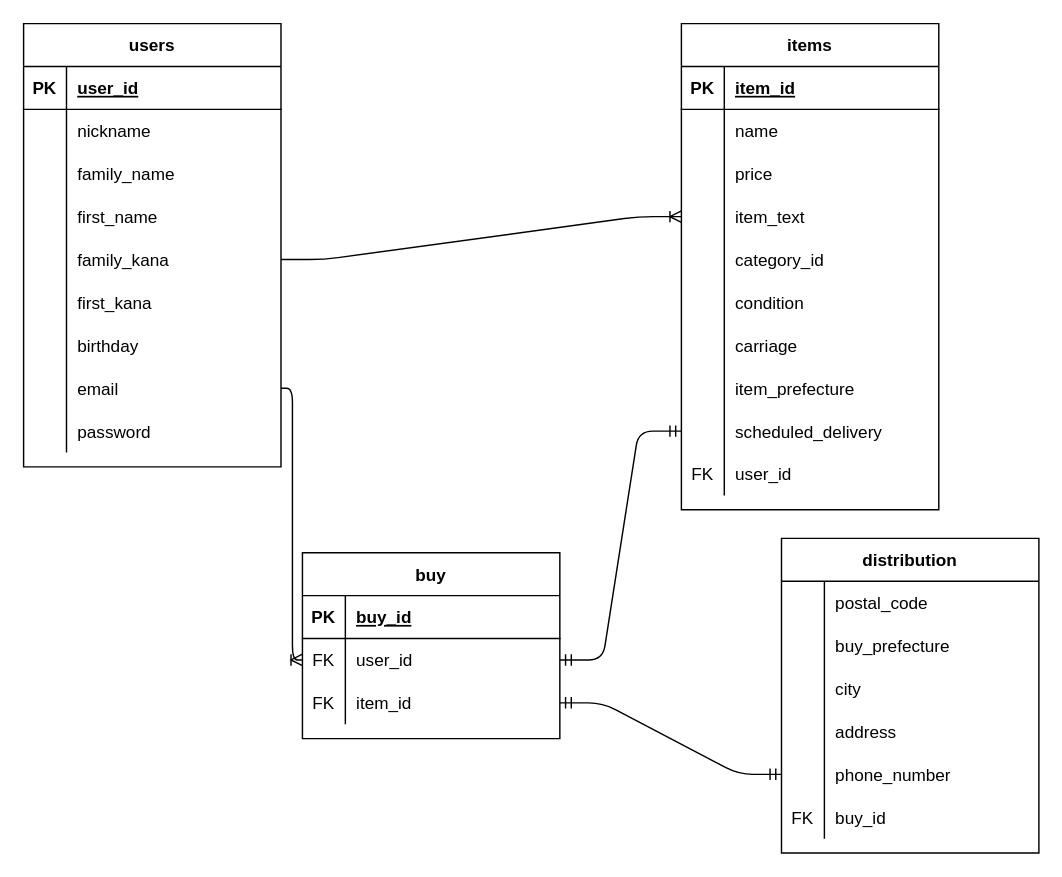
Above: ER.dio in oda2020-oiso/furima-33049 (draw.io), before the change. Source tidied: cells renumbered, new cells numbered last; positions are measured from the earlier drawing's top-left corner, leaving out a move shared by most shapes. Both pictures are drawn from the tidied source at 143%, with x=0, y=0 at pixel (23, 23).
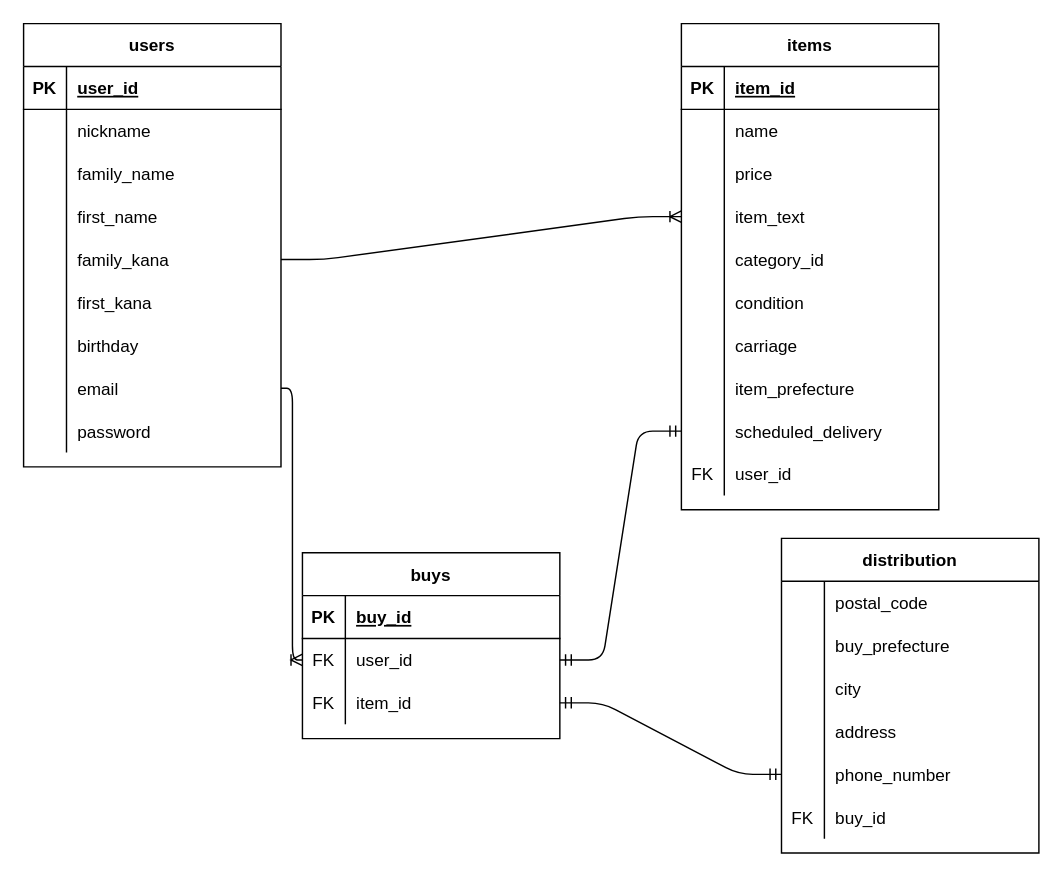
After the change.

Commit message (it also covers changes not shown here):
細部の訂正

Diff of the diagram source:
```diff
@@
-    <mxCell id="62" value="buy" style="shape=table;startSize=30;childLayout=tableLayout;rowLines=0;fontStyle=1;align=center;" parent="1" vertex="1">
+    <mxCell id="62" value="buys" style="shape=table;startSize=30;childLayout=tableLayout;rowLines=0;fontStyle=1;align=center;" parent="1" vertex="1">
       <mxGeometry x="195" y="370" width="180" height="130" as="geometry" />
     </mxCell>
```
